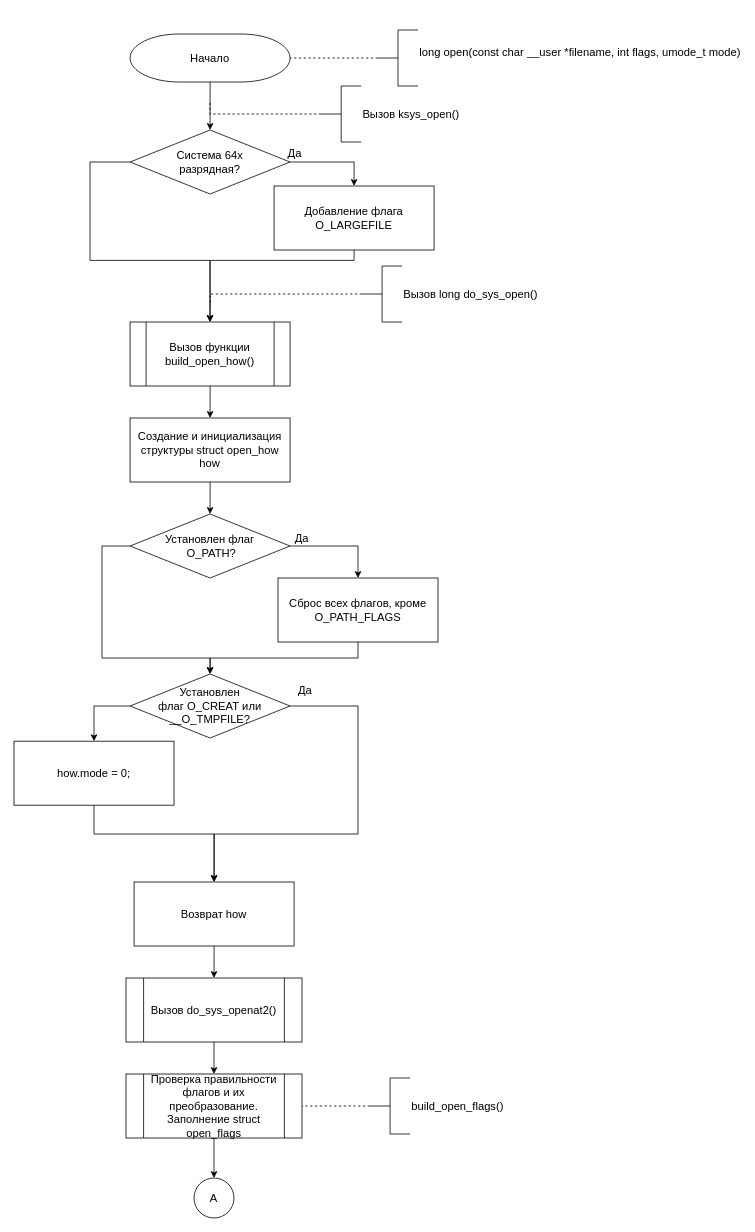
The draw.io diagram page "open1" (1 of 8) of lab_06/tex/img/clean.drawio in alena-zayts/BMSTU_6sem_operating_systems, before the edit. Source tidied: cells renumbered, new cells numbered last; positions are measured from the earlier drawing's top-left corner, leaving out a move shared by most shapes. Both pictures are drawn from the tidied source at 80%, with x=0, y=0 at pixel (14, 30).
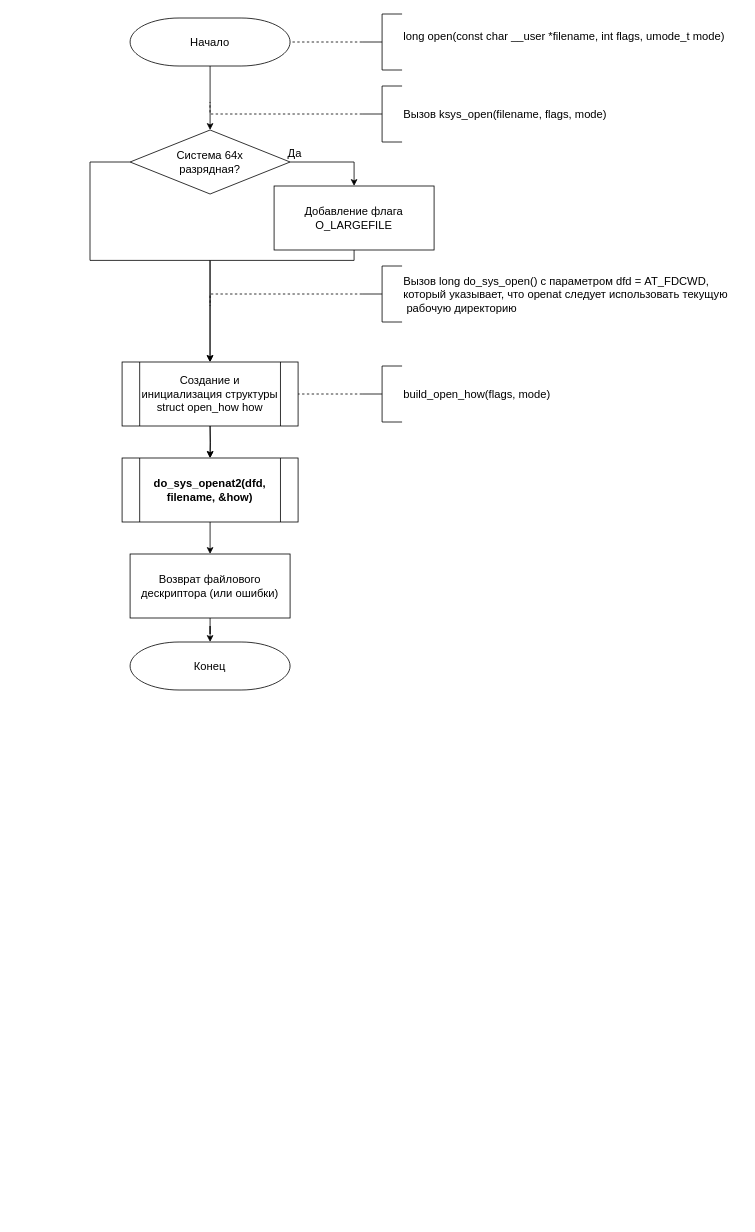
The same page after the edit.

What changed in the source:
```diff
@@
     <mxCell id="3" value="Начало" style="strokeWidth=1;shape=mxgraph.flowchart.terminator;whiteSpace=wrap;fontFamily=Helvetica;fontSize=14;fontStyle=0;" parent="1" vertex="1">
-      <mxGeometry x="145.1" y="5" width="200" height="60" as="geometry" />
+      <mxGeometry x="145.1" y="-15" width="200" height="60" as="geometry" />
     </mxCell>
@@
-    <mxCell id="10" value="Вызов long do_sys_open()" style="strokeWidth=1;shape=mxgraph.flowchart.annotation_2;align=left;labelPosition=right;fontFamily=Helvetica;fontSize=14;fontStyle=0;" parent="1" vertex="1">
+    <mxCell id="10" value="Вызов long do_sys_open() с параметром dfd = AT_FDCWD,&#10;который указывает, что openat следует использовать текущую&#10; рабочую директорию" style="strokeWidth=1;shape=mxgraph.flowchart.annotation_2;align=left;labelPosition=right;fontFamily=Helvetica;fontSize=14;fontStyle=0;" parent="1" vertex="1">
       <mxGeometry x="435.1" y="295" width="50" height="70" as="geometry" />
     </mxCell>
-    <mxCell id="11" style="edgeStyle=orthogonalEdgeStyle;rounded=0;jettySize=auto;exitX=0.5;exitY=1;exitDx=0;exitDy=0;fontFamily=Helvetica;fontSize=14;fontStyle=0;" parent="1" edge="1" source="12" target="14">
-      <mxGeometry relative="1" as="geometry" />
+    <mxCell id="11" style="edgeStyle=orthogonalEdgeStyle;rounded=0;jettySize=auto;exitX=0.5;exitY=1;exitDx=0;exitDy=0;fontFamily=Helvetica;fontSize=14;fontStyle=0;" parent="1" edge="1" source="12">
+      <mxGeometry relative="1" as="geometry">
+        <mxPoint x="245.1" y="535" as="targetPoint" />
+      </mxGeometry>
     </mxCell>
-    <mxCell id="12" value="Вызов функции&#10;build_open_how()" style="shape=process;whiteSpace=wrap;backgroundOutline=1;fontFamily=Helvetica;fontSize=14;fontStyle=0;" parent="1" vertex="1">
-      <mxGeometry x="145.1" y="365" width="200" height="80" as="geometry" />
+    <mxCell id="12" value="Создание и инициализация структуры struct open_how how" style="shape=process;whiteSpace=wrap;backgroundOutline=1;fontFamily=Helvetica;fontSize=14;fontStyle=0;" parent="1" vertex="1">
+      <mxGeometry x="135.1" y="415" width="220" height="80" as="geometry" />
     </mxCell>
-    <mxCell id="13" style="edgeStyle=orthogonalEdgeStyle;rounded=0;jettySize=auto;exitX=0.5;exitY=1;exitDx=0;exitDy=0;fontFamily=Helvetica;fontSize=14;fontStyle=0;" parent="1" edge="1" source="14" target="15">
-      <mxGeometry relative="1" as="geometry" />
-    </mxCell>
-    <mxCell id="14" value="Создание и инициализация структуры struct open_how how" style="rounded=0;whiteSpace=wrap;strokeWidth=1;fontFamily=Helvetica;fontSize=14;fontStyle=0;" parent="1" vertex="1">
-      <mxGeometry x="145.1" y="485" width="200" height="80" as="geometry" />
-    </mxCell>
-    <mxCell id="15" value="Установлен флаг&#10; O_PATH?" style="rhombus;whiteSpace=wrap;strokeWidth=1;fontFamily=Helvetica;fontSize=14;fontStyle=0;" parent="1" vertex="1">
-      <mxGeometry x="145.1" y="605" width="200" height="80" as="geometry" />
-    </mxCell>
-    <mxCell id="16" value="Сброс всех флагов, кроме O_PATH_FLAGS" style="rounded=0;whiteSpace=wrap;strokeWidth=1;fontFamily=Helvetica;fontSize=14;fontStyle=0;" parent="1" vertex="1">
-      <mxGeometry x="330" y="685" width="200" height="80" as="geometry" />
-    </mxCell>
-    <mxCell id="17" style="edgeStyle=orthogonalEdgeStyle;rounded=0;jettySize=auto;exitX=1;exitY=0.5;exitDx=0;exitDy=0;entryX=0.5;entryY=0;entryDx=0;entryDy=0;fontFamily=Helvetica;fontSize=14;fontStyle=0;" parent="1" edge="1" source="15" target="16">
-      <mxGeometry relative="1" as="geometry" />
-    </mxCell>
-    <mxCell id="18" style="edgeStyle=orthogonalEdgeStyle;rounded=0;jettySize=auto;exitX=0.5;exitY=1;exitDx=0;exitDy=0;entryX=0.5;entryY=0;entryDx=0;entryDy=0;fontFamily=Helvetica;fontSize=14;fontStyle=0;" parent="1" edge="1" source="16" target="21">
-      <mxGeometry relative="1" as="geometry">
-        <Array as="points">
-          <mxPoint x="430.1" y="785" />
-          <mxPoint x="245.1" y="785" />
-        </Array>
-      </mxGeometry>
-    </mxCell>
-    <mxCell id="19" style="edgeStyle=orthogonalEdgeStyle;rounded=0;jettySize=auto;exitX=0;exitY=0.5;exitDx=0;exitDy=0;entryX=0.5;entryY=0;entryDx=0;entryDy=0;fontFamily=Helvetica;fontSize=14;fontStyle=0;" parent="1" edge="1" source="15" target="21">
-      <mxGeometry relative="1" as="geometry">
-        <Array as="points">
-          <mxPoint x="110" y="645" />
-          <mxPoint x="110" y="785" />
-          <mxPoint x="245" y="785" />
-        </Array>
-      </mxGeometry>
-    </mxCell>
-    <mxCell id="20" value="Да" style="text;align=center;verticalAlign=middle;strokeColor=none;fontFamily=Helvetica;fontSize=14;fontStyle=0;" parent="1" vertex="1">
-      <mxGeometry x="345.1" y="625" width="30" height="20" as="geometry" />
-    </mxCell>
-    <mxCell id="21" value="Установлен&#10;флаг O_CREAT или __O_TMPFILE?" style="rhombus;whiteSpace=wrap;strokeWidth=1;fontFamily=Helvetica;fontSize=14;fontStyle=0;" parent="1" vertex="1">
-      <mxGeometry x="145.1" y="805" width="200" height="80" as="geometry" />
-    </mxCell>
-    <mxCell id="22" style="edgeStyle=orthogonalEdgeStyle;rounded=0;jettySize=auto;exitX=1;exitY=0.5;exitDx=0;exitDy=0;entryX=0.5;entryY=0;entryDx=0;entryDy=0;fontFamily=Helvetica;fontSize=14;fontStyle=0;" parent="1" edge="1" source="21" target="37">
-      <mxGeometry relative="1" as="geometry">
-        <Array as="points">
-          <mxPoint x="430" y="845" />
-          <mxPoint x="430" y="1005" />
-          <mxPoint x="250" y="1005" />
-        </Array>
-      </mxGeometry>
-    </mxCell>
-    <mxCell id="23" style="edgeStyle=orthogonalEdgeStyle;rounded=0;jettySize=auto;exitX=0;exitY=0.5;exitDx=0;exitDy=0;fontFamily=Helvetica;fontSize=14;entryX=0.5;entryY=0;entryDx=0;entryDy=0;fontStyle=0;" parent="1" edge="1" source="21" target="35">
-      <mxGeometry relative="1" as="geometry">
-        <Array as="points">
-          <mxPoint x="100" y="845" />
-        </Array>
-      </mxGeometry>
-    </mxCell>
-    <mxCell id="24" value="Да" style="text;align=center;verticalAlign=middle;strokeColor=none;fontFamily=Helvetica;fontSize=14;fontStyle=0;" parent="1" vertex="1">
-      <mxGeometry x="349.1" y="815" width="30" height="20" as="geometry" />
-    </mxCell>
-    <mxCell id="25" style="edgeStyle=orthogonalEdgeStyle;rounded=0;jettySize=auto;exitX=0.5;exitY=1;exitDx=0;exitDy=0;fontFamily=Helvetica;fontSize=14;fontStyle=0;" parent="1" edge="1" source="26" target="31">
-      <mxGeometry relative="1" as="geometry" />
-    </mxCell>
-    <mxCell id="26" value="Проверка правильности флагов и их преобразование. Заполнение struct open_flags" style="shape=process;whiteSpace=wrap;backgroundOutline=1;fontFamily=Helvetica;fontSize=14;fontStyle=0;" parent="1" vertex="1">
-      <mxGeometry x="140" y="1305" width="220" height="80" as="geometry" />
-    </mxCell>
-    <mxCell id="27" style="edgeStyle=orthogonalEdgeStyle;rounded=0;jettySize=auto;exitX=0;exitY=0.5;exitDx=0;exitDy=0;exitPerimeter=0;endArrow=none;endFill=0;dashed=1;entryX=1;entryY=0.5;entryDx=0;entryDy=0;fontFamily=Helvetica;fontSize=14;fontStyle=0;" parent="1" edge="1" source="28" target="26">
-      <mxGeometry relative="1" as="geometry" />
-    </mxCell>
-    <mxCell id="28" value="build_open_flags()" style="strokeWidth=1;shape=mxgraph.flowchart.annotation_2;align=left;labelPosition=right;fontFamily=Helvetica;fontSize=14;fontStyle=0;" parent="1" vertex="1">
-      <mxGeometry x="445.1" y="1310" width="50" height="70" as="geometry" />
-    </mxCell>
@@
-    <mxCell id="30" value="Вызов ksys_open()" style="strokeWidth=1;shape=mxgraph.flowchart.annotation_2;align=left;labelPosition=right;fontFamily=Helvetica;fontSize=14;fontStyle=0;" parent="1" vertex="1">
-      <mxGeometry x="384" y="70" width="50" height="70" as="geometry" />
+    <mxCell id="30" value="Вызов ksys_open(filename, flags, mode)" style="strokeWidth=1;shape=mxgraph.flowchart.annotation_2;align=left;labelPosition=right;fontFamily=Helvetica;fontSize=14;fontStyle=0;" parent="1" vertex="1">
+      <mxGeometry x="435.1" y="70" width="50" height="70" as="geometry" />
     </mxCell>
-    <mxCell id="31" value="A" style="strokeWidth=1;shape=mxgraph.flowchart.start_2;whiteSpace=wrap;fontFamily=Helvetica;fontSize=14;fontStyle=0;" parent="1" vertex="1">
-      <mxGeometry x="225" y="1435" width="50" height="50" as="geometry" />
-    </mxCell>
     <mxCell id="32" style="edgeStyle=orthogonalEdgeStyle;rounded=0;jettySize=auto;exitX=0;exitY=0.5;exitDx=0;exitDy=0;exitPerimeter=0;endArrow=none;endFill=0;dashed=1;fontFamily=Helvetica;fontSize=14;fontStyle=0;" parent="1" edge="1" source="33" target="3">
       <mxGeometry relative="1" as="geometry">
         <Array as="points">
-          <mxPoint x="450" y="35" />
-          <mxPoint x="450" y="35" />
+          <mxPoint x="380" y="15" />
+          <mxPoint x="380" y="15" />
         </Array>
       </mxGeometry>
     </mxCell>
     <mxCell id="33" value="long open(const char __user *filename, int flags, umode_t mode)&#10;" style="strokeWidth=1;shape=mxgraph.flowchart.annotation_2;align=left;labelPosition=right;fontFamily=Helvetica;fontSize=14;fontStyle=0;" parent="1" vertex="1">
-      <mxGeometry x="455" width="50" height="70" as="geometry" />
+      <mxGeometry x="435.1" y="-20" width="50" height="70" as="geometry" />
     </mxCell>
-    <mxCell id="34" style="edgeStyle=orthogonalEdgeStyle;rounded=0;jettySize=auto;entryX=0.5;entryY=0;entryDx=0;entryDy=0;fontFamily=Helvetica;fontSize=14;fontColor=#000000;fontStyle=0;" parent="1" edge="1" source="35" target="37">
-      <mxGeometry relative="1" as="geometry">
-        <Array as="points">
-          <mxPoint x="100" y="1005" />
-          <mxPoint x="250" y="1005" />
-        </Array>
-      </mxGeometry>
-    </mxCell>
-    <mxCell id="35" value="how.mode = 0;" style="rounded=0;whiteSpace=wrap;strokeWidth=1;fontFamily=Helvetica;fontSize=14;fontStyle=0;" parent="1" vertex="1">
-      <mxGeometry y="889" width="200" height="80" as="geometry" />
-    </mxCell>
-    <mxCell id="36" style="edgeStyle=orthogonalEdgeStyle;rounded=0;jettySize=auto;entryX=0.5;entryY=0;entryDx=0;entryDy=0;fontFamily=Helvetica;fontSize=14;fontColor=#000000;fontStyle=0;" parent="1" edge="1" source="37" target="39">
-      <mxGeometry relative="1" as="geometry" />
+    <mxCell id="36" style="edgeStyle=orthogonalEdgeStyle;rounded=0;jettySize=auto;entryX=0.5;entryY=0;entryDx=0;entryDy=0;fontFamily=Helvetica;fontSize=14;fontColor=#000000;fontStyle=0;" parent="1" edge="1" target="39">
+      <mxGeometry relative="1" as="geometry">
+        <mxPoint x="245.1" y="495" as="sourcePoint" />
+      </mxGeometry>
     </mxCell>
-    <mxCell id="37" value="Возврат how" style="rounded=0;whiteSpace=wrap;strokeWidth=1;fontFamily=Helvetica;fontSize=14;fontStyle=0;" parent="1" vertex="1">
-      <mxGeometry x="150.1" y="1065" width="200" height="80" as="geometry" />
-    </mxCell>
-    <mxCell id="38" style="edgeStyle=orthogonalEdgeStyle;rounded=0;jettySize=auto;fontFamily=Helvetica;fontSize=14;fontColor=#000000;fontStyle=0;" parent="1" edge="1" source="39" target="26">
-      <mxGeometry relative="1" as="geometry" />
+    <mxCell id="38" style="edgeStyle=orthogonalEdgeStyle;rounded=0;jettySize=auto;fontFamily=Helvetica;fontSize=14;fontColor=#000000;fontStyle=0;" parent="1" edge="1" source="39">
+      <mxGeometry relative="1" as="geometry">
+        <mxPoint x="245.1" y="655" as="targetPoint" />
+      </mxGeometry>
     </mxCell>
-    <mxCell id="39" value="Вызов do_sys_openat2()" style="shape=process;whiteSpace=wrap;backgroundOutline=1;fontFamily=Helvetica;fontSize=14;fontStyle=0;" parent="1" vertex="1">
-      <mxGeometry x="140" y="1185" width="220" height="80" as="geometry" />
+    <mxCell id="39" value="do_sys_openat2(dfd, filename, &amp;how)" style="shape=process;whiteSpace=wrap;backgroundOutline=1;fontFamily=Helvetica;fontSize=14;fontStyle=1;" parent="1" vertex="1">
+      <mxGeometry x="135.1" y="535" width="220" height="80" as="geometry" />
     </mxCell>
+    <mxCell id="40" style="edgeStyle=orthogonalEdgeStyle;rounded=0;jettySize=auto;exitX=0;exitY=0.5;exitDx=0;exitDy=0;exitPerimeter=0;endArrow=none;endFill=0;dashed=1;fontFamily=Helvetica;fontSize=14;fontStyle=0;" parent="1" edge="1" source="41" target="12">
+      <mxGeometry relative="1" as="geometry" />
+    </mxCell>
+    <mxCell id="41" value="build_open_how(flags, mode)" style="strokeWidth=1;shape=mxgraph.flowchart.annotation_2;align=left;labelPosition=right;fontFamily=Helvetica;fontSize=14;fontStyle=0;" parent="1" vertex="1">
+      <mxGeometry x="435.1" y="420" width="50" height="70" as="geometry" />
+    </mxCell>
+    <mxCell id="42" style="edgeStyle=orthogonalEdgeStyle;rounded=0;jettySize=auto;html=1;entryX=0.5;entryY=0;entryDx=0;entryDy=0;entryPerimeter=0;" parent="1" edge="1" source="43" target="44">
+      <mxGeometry relative="1" as="geometry" />
+    </mxCell>
+    <mxCell id="43" value="Возврат файлового дескриптора (или ошибки)" style="rounded=0;whiteSpace=wrap;strokeWidth=1;fontFamily=Helvetica;fontSize=14;fontStyle=0;" parent="1" vertex="1">
+      <mxGeometry x="145.1" y="655" width="200" height="80" as="geometry" />
+    </mxCell>
+    <mxCell id="44" value="Конец" style="strokeWidth=1;shape=mxgraph.flowchart.terminator;whiteSpace=wrap;fontFamily=Helvetica;fontSize=14;fontStyle=0;" parent="1" vertex="1">
+      <mxGeometry x="145.1" y="765" width="200" height="60" as="geometry" />
+    </mxCell>
```
